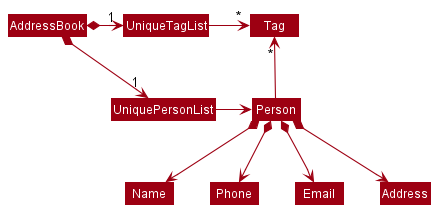
Above: docs/images/BetterModelClassDiagram.png in nus-cs2103-AY2223S2/tp (PlantUML), before the change. Its diagram source:
```plantuml
@startuml
!include style.puml
skinparam arrowThickness 1.1
skinparam arrowColor MODEL_COLOR
skinparam classBackgroundColor MODEL_COLOR

AddressBook *-right-> "1" UniquePersonList
AddressBook *-right-> "1" UniqueTagList
UniqueTagList -[hidden]down- UniquePersonList
UniqueTagList -[hidden]down- UniquePersonList

UniqueTagList -right-> "*" Tag
UniquePersonList -right-> Person

Person -up-> "*" Tag

Person *--> Name
Person *--> Phone
Person *--> Email
Person *--> Address
@enduml
```
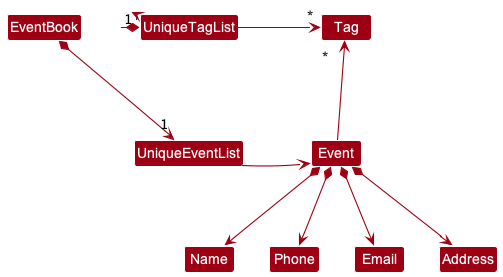
After the change.

The edit, as a diff of the source:
```diff
@@ -4,18 +4,18 @@
 skinparam arrowColor MODEL_COLOR
 skinparam classBackgroundColor MODEL_COLOR
 
-AddressBook *-right-> "1" UniquePersonList
-AddressBook *-right-> "1" UniqueTagList
-UniqueTagList -[hidden]down- UniquePersonList
-UniqueTagList -[hidden]down- UniquePersonList
+EventBook *-right-> "1" UniqueEventList
+EventBook *-right-> "1" UniqueTagList
+UniqueTagList -[hidden]down- UniqueEventList
+UniqueTagList -[hidden]down- UniqueEventList
 
 UniqueTagList -right-> "*" Tag
-UniquePersonList -right-> Person
+UniqueEventList -right-> Event
 
-Person -up-> "*" Tag
+Event -up-> "*" Tag
 
-Person *--> Name
-Person *--> Phone
-Person *--> Email
-Person *--> Address
+Event *--> Name
+Event *--> Phone
+Event *--> Email
+Event *--> Address
 @enduml
```
